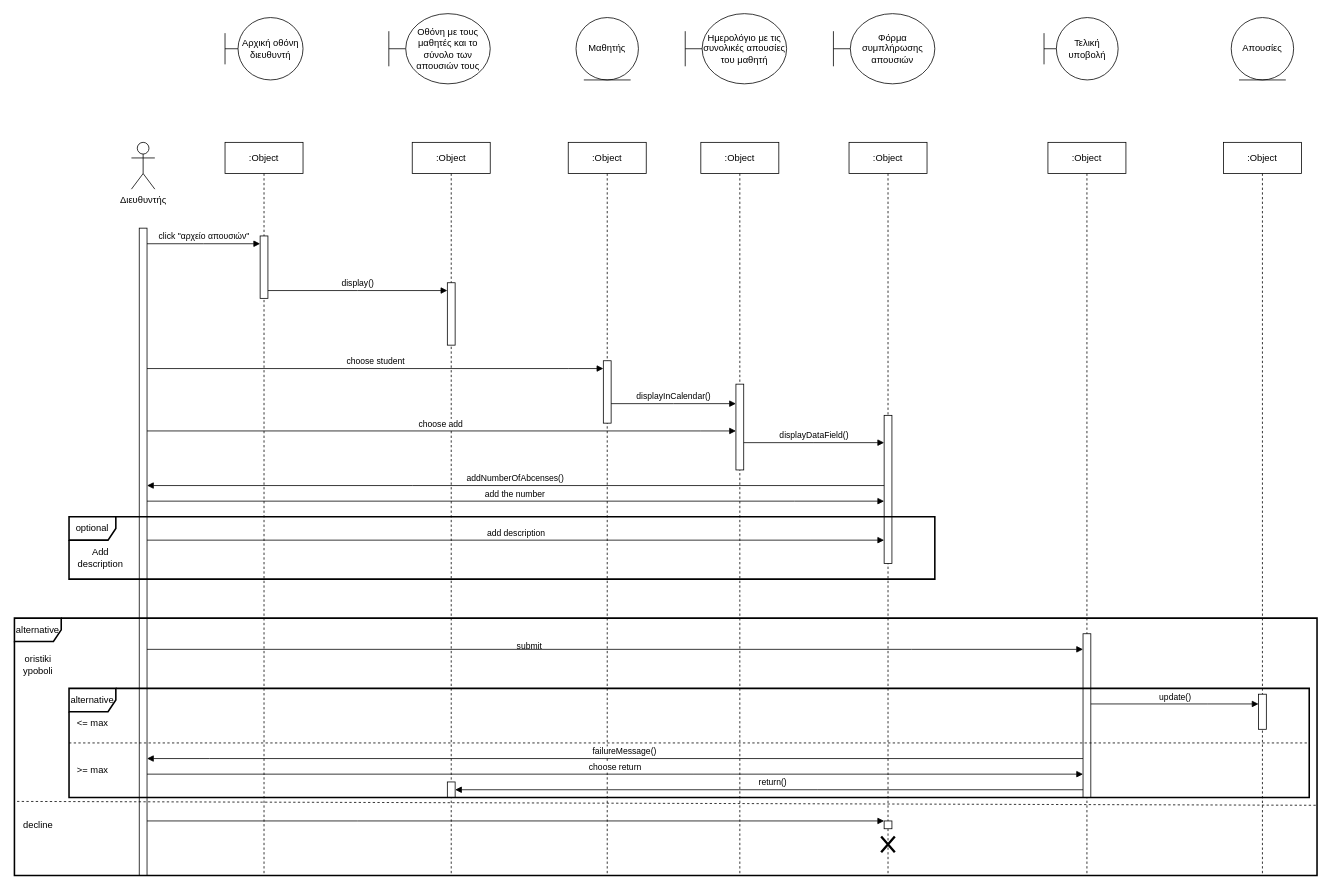
Earlier version of the draw.io diagram Παραδοτέο4/sequence_Principal3.drawio (m1kemp/School-Hero). Source tidied: cells renumbered, new cells numbered last; positions are measured from the earlier drawing's top-left corner, leaving out a move shared by most shapes. Both pictures are drawn from the tidied source at 78%, with x=0, y=0 at pixel (14, 13).
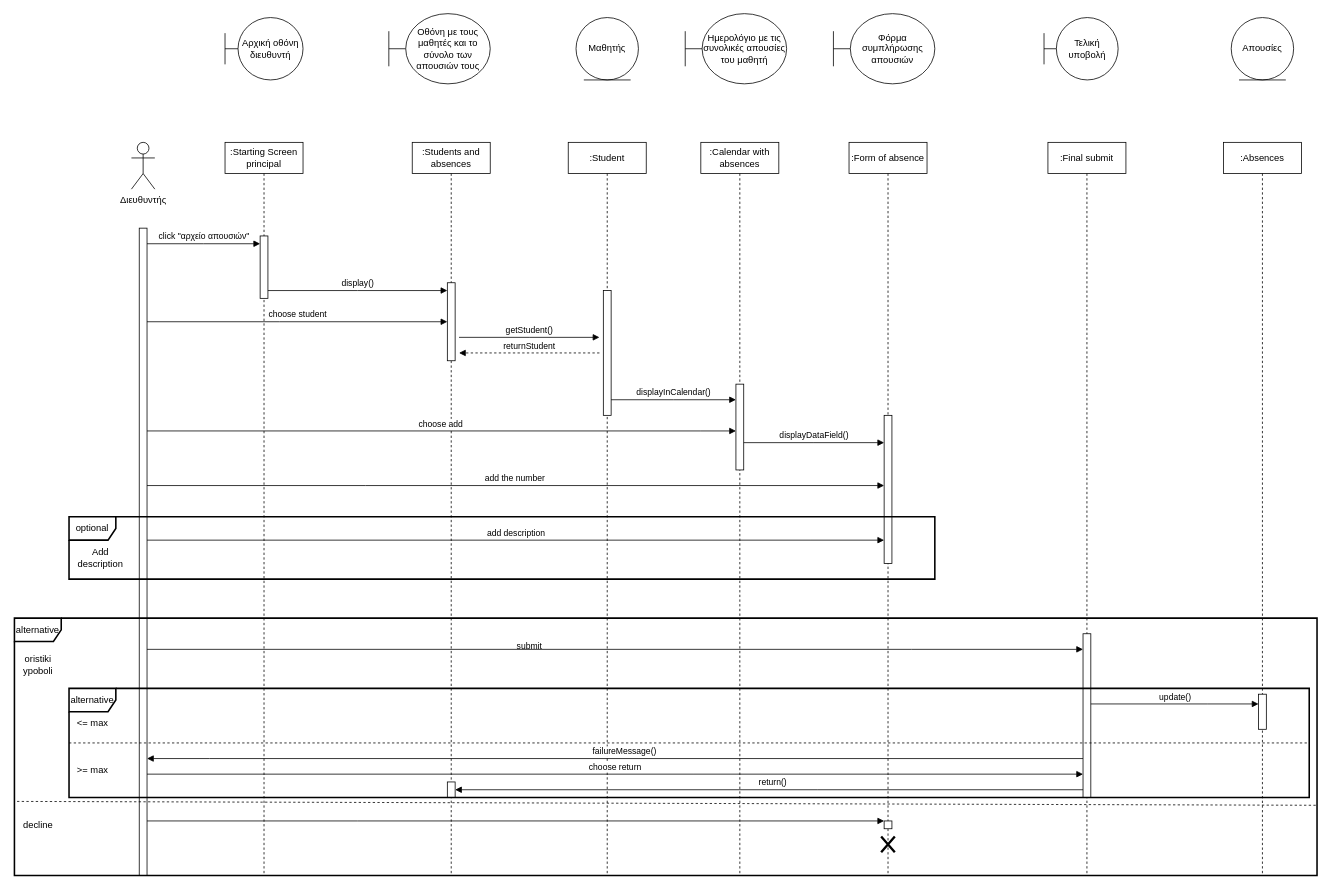
The same diagram, later.

Commit message (it also covers changes not shown here):
principal_final_sequence

Unchanged cells that the change refers to:
```xml
<mxCell id="15" style="html=1;points=[];perimeter=orthogonalPerimeter;outlineConnect=0;targetShapes=umlLifeline;portConstraint=eastwest;newEdgeStyle={&quot;edgeStyle&quot;:&quot;elbowEdgeStyle&quot;,&quot;elbow&quot;:&quot;vertical&quot;,&quot;curved&quot;:0,&quot;rounded&quot;:0};" parent="14" vertex="1">
  <mxGeometry x="45" y="350" width="10" height="190" as="geometry" />
</mxCell>
<mxCell id="21" style="html=1;points=[];perimeter=orthogonalPerimeter;outlineConnect=0;targetShapes=umlLifeline;portConstraint=eastwest;newEdgeStyle={&quot;edgeStyle&quot;:&quot;elbowEdgeStyle&quot;,&quot;elbow&quot;:&quot;vertical&quot;,&quot;curved&quot;:0,&quot;rounded&quot;:0};" parent="1" vertex="1">
  <mxGeometry x="160" y="275" width="10" height="830" as="geometry" />
</mxCell>
```

Change to the diagram source:
```diff
@@
-    <mxCell id="4" value=":Object" style="shape=umlLifeline;perimeter=lifelinePerimeter;whiteSpace=wrap;html=1;newEdgeStyle={&quot;edgeStyle&quot;:&quot;elbowEdgeStyle&quot;,&quot;elbow&quot;:&quot;vertical&quot;,&quot;curved&quot;:0,&quot;rounded&quot;:0};" parent="1" vertex="1">
+    <mxCell id="4" value=":Starting Screen principal" style="shape=umlLifeline;perimeter=lifelinePerimeter;whiteSpace=wrap;html=1;newEdgeStyle={&quot;edgeStyle&quot;:&quot;elbowEdgeStyle&quot;,&quot;elbow&quot;:&quot;vertical&quot;,&quot;curved&quot;:0,&quot;rounded&quot;:0};" parent="1" vertex="1">
       <mxGeometry x="270" y="165" width="100" height="940" as="geometry" />
     </mxCell>
@@
-    <mxCell id="7" value=":Object" style="shape=umlLifeline;perimeter=lifelinePerimeter;whiteSpace=wrap;html=1;newEdgeStyle={&quot;edgeStyle&quot;:&quot;elbowEdgeStyle&quot;,&quot;elbow&quot;:&quot;vertical&quot;,&quot;curved&quot;:0,&quot;rounded&quot;:0};" parent="1" vertex="1">
+    <mxCell id="7" value=":Students and absences" style="shape=umlLifeline;perimeter=lifelinePerimeter;whiteSpace=wrap;html=1;newEdgeStyle={&quot;edgeStyle&quot;:&quot;elbowEdgeStyle&quot;,&quot;elbow&quot;:&quot;vertical&quot;,&quot;curved&quot;:0,&quot;rounded&quot;:0};" parent="1" vertex="1">
       <mxGeometry x="510" y="165" width="100" height="940" as="geometry" />
     </mxCell>
     <mxCell id="8" style="html=1;points=[];perimeter=orthogonalPerimeter;outlineConnect=0;targetShapes=umlLifeline;portConstraint=eastwest;newEdgeStyle={&quot;edgeStyle&quot;:&quot;elbowEdgeStyle&quot;,&quot;elbow&quot;:&quot;vertical&quot;,&quot;curved&quot;:0,&quot;rounded&quot;:0};" parent="7" vertex="1">
-      <mxGeometry x="45" y="180" width="10" height="80" as="geometry" />
+      <mxGeometry x="45" y="180" width="10" height="100" as="geometry" />
     </mxCell>
@@
-    <mxCell id="11" value=":Object" style="shape=umlLifeline;perimeter=lifelinePerimeter;whiteSpace=wrap;html=1;newEdgeStyle={&quot;edgeStyle&quot;:&quot;elbowEdgeStyle&quot;,&quot;elbow&quot;:&quot;vertical&quot;,&quot;curved&quot;:0,&quot;rounded&quot;:0};" parent="1" vertex="1">
+    <mxCell id="11" value=":Calendar with absences" style="shape=umlLifeline;perimeter=lifelinePerimeter;whiteSpace=wrap;html=1;newEdgeStyle={&quot;edgeStyle&quot;:&quot;elbowEdgeStyle&quot;,&quot;elbow&quot;:&quot;vertical&quot;,&quot;curved&quot;:0,&quot;rounded&quot;:0};" parent="1" vertex="1">
       <mxGeometry x="880" y="165" width="100" height="940" as="geometry" />
     </mxCell>
@@
-    <mxCell id="14" value=":Object" style="shape=umlLifeline;perimeter=lifelinePerimeter;whiteSpace=wrap;html=1;newEdgeStyle={&quot;edgeStyle&quot;:&quot;elbowEdgeStyle&quot;,&quot;elbow&quot;:&quot;vertical&quot;,&quot;curved&quot;:0,&quot;rounded&quot;:0};" parent="1" vertex="1">
+    <mxCell id="14" value=":Form of absence" style="shape=umlLifeline;perimeter=lifelinePerimeter;whiteSpace=wrap;html=1;newEdgeStyle={&quot;edgeStyle&quot;:&quot;elbowEdgeStyle&quot;,&quot;elbow&quot;:&quot;vertical&quot;,&quot;curved&quot;:0,&quot;rounded&quot;:0};" parent="1" vertex="1">
       <mxGeometry x="1070" y="165" width="100" height="940" as="geometry" />
     </mxCell>
@@
-    <mxCell id="18" value=":Object" style="shape=umlLifeline;perimeter=lifelinePerimeter;whiteSpace=wrap;html=1;outlineConnect=0;portConstraint=eastwest;newEdgeStyle={&quot;edgeStyle&quot;:&quot;elbowEdgeStyle&quot;,&quot;elbow&quot;:&quot;vertical&quot;,&quot;curved&quot;:0,&quot;rounded&quot;:0};" parent="1" vertex="1">
+    <mxCell id="18" value=":Final submit" style="shape=umlLifeline;perimeter=lifelinePerimeter;whiteSpace=wrap;html=1;outlineConnect=0;portConstraint=eastwest;newEdgeStyle={&quot;edgeStyle&quot;:&quot;elbowEdgeStyle&quot;,&quot;elbow&quot;:&quot;vertical&quot;,&quot;curved&quot;:0,&quot;rounded&quot;:0};" parent="1" vertex="1">
       <mxGeometry x="1325" y="165" width="100" height="940" as="geometry" />
     </mxCell>
-    <mxCell id="19" value=":Object" style="shape=umlLifeline;perimeter=lifelinePerimeter;whiteSpace=wrap;html=1;newEdgeStyle={&quot;edgeStyle&quot;:&quot;elbowEdgeStyle&quot;,&quot;elbow&quot;:&quot;vertical&quot;,&quot;curved&quot;:0,&quot;rounded&quot;:0};" parent="1" vertex="1">
+    <mxCell id="19" value=":Absences" style="shape=umlLifeline;perimeter=lifelinePerimeter;whiteSpace=wrap;html=1;newEdgeStyle={&quot;edgeStyle&quot;:&quot;elbowEdgeStyle&quot;,&quot;elbow&quot;:&quot;vertical&quot;,&quot;curved&quot;:0,&quot;rounded&quot;:0};" parent="1" vertex="1">
       <mxGeometry x="1550" y="165" width="100" height="940" as="geometry" />
     </mxCell>
@@
-    <mxCell id="24" value="choose student" style="html=1;verticalAlign=bottom;endArrow=block;edgeStyle=elbowEdgeStyle;elbow=vertical;curved=0;rounded=0;" parent="1" edge="1" source="21" target="27">
+    <mxCell id="24" value="choose student" style="html=1;verticalAlign=bottom;endArrow=block;edgeStyle=elbowEdgeStyle;elbow=vertical;curved=0;rounded=0;" parent="1" edge="1" source="21" target="8">
       <mxGeometry relative="1" as="geometry">
         <Array as="points">
+          <mxPoint x="340" y="395" />
+          <mxPoint x="520" y="495" />
           <mxPoint x="710" y="455" />
         </Array>
       </mxGeometry>
     </mxCell>
@@
-    <mxCell id="26" value=":Object" style="shape=umlLifeline;perimeter=lifelinePerimeter;whiteSpace=wrap;html=1;newEdgeStyle={&quot;edgeStyle&quot;:&quot;elbowEdgeStyle&quot;,&quot;elbow&quot;:&quot;vertical&quot;,&quot;curved&quot;:0,&quot;rounded&quot;:0};size=40;" parent="1" vertex="1">
+    <mxCell id="26" value=":Student" style="shape=umlLifeline;perimeter=lifelinePerimeter;whiteSpace=wrap;html=1;newEdgeStyle={&quot;edgeStyle&quot;:&quot;elbowEdgeStyle&quot;,&quot;elbow&quot;:&quot;vertical&quot;,&quot;curved&quot;:0,&quot;rounded&quot;:0};size=40;" parent="1" vertex="1">
       <mxGeometry x="710" y="165" width="100" height="940" as="geometry" />
     </mxCell>
     <mxCell id="27" style="html=1;points=[];perimeter=orthogonalPerimeter;outlineConnect=0;targetShapes=umlLifeline;portConstraint=eastwest;newEdgeStyle={&quot;edgeStyle&quot;:&quot;elbowEdgeStyle&quot;,&quot;elbow&quot;:&quot;vertical&quot;,&quot;curved&quot;:0,&quot;rounded&quot;:0};" parent="26" vertex="1">
-      <mxGeometry x="45" y="280" width="10" height="80" as="geometry" />
+      <mxGeometry x="45" y="190" width="10" height="160" as="geometry" />
     </mxCell>
@@
-    <mxCell id="31" value="addNumberOfAbcenses()" style="html=1;verticalAlign=bottom;endArrow=block;edgeStyle=elbowEdgeStyle;elbow=vertical;curved=0;rounded=0;" parent="1" edge="1" source="15" target="21">
-      <mxGeometry relative="1" as="geometry">
-        <Array as="points">
-          <mxPoint x="510" y="605" />
-        </Array>
-      </mxGeometry>
-    </mxCell>
     <mxCell id="32" value="add the number&amp;nbsp;" style="html=1;verticalAlign=bottom;endArrow=block;edgeStyle=elbowEdgeStyle;elbow=vertical;curved=0;rounded=0;" parent="1" edge="1" source="21" target="15">
       <mxGeometry relative="1" as="geometry">
         <Array as="points">
+          <mxPoint x="450" y="605" />
           <mxPoint x="1000" y="625" />
         </Array>
       </mxGeometry>
     </mxCell>
@@
+    <mxCell id="54" value="getStudent()" style="html=1;verticalAlign=bottom;endArrow=block;edgeStyle=elbowEdgeStyle;elbow=vertical;curved=0;rounded=0;" parent="1" edge="1">
+      <mxGeometry relative="1" as="geometry">
+        <mxPoint x="570" y="415" as="sourcePoint" />
+        <mxPoint x="750" y="415" as="targetPoint" />
+      </mxGeometry>
+    </mxCell>
+    <mxCell id="55" value="returnStudent" style="html=1;verticalAlign=bottom;endArrow=block;edgeStyle=elbowEdgeStyle;elbow=vertical;curved=0;rounded=0;dashed=1;" parent="1" edge="1">
+      <mxGeometry relative="1" as="geometry">
+        <mxPoint x="750" y="435" as="sourcePoint" />
+        <mxPoint x="570" y="435" as="targetPoint" />
+        <Array as="points">
+          <mxPoint x="660" y="435" />
+        </Array>
+      </mxGeometry>
+    </mxCell>
```
